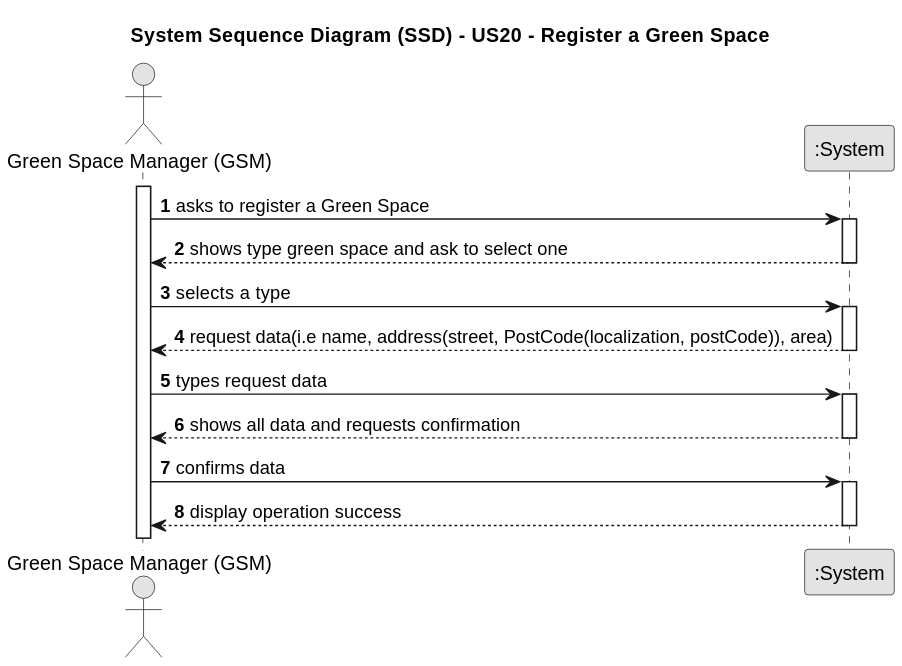
Earlier version of the PlantUML export docs/sprint3/us20/01.requirements-engineering/svg/us20-system-sequence-diagram.svg (Departamento-de-Engenharia-Informatica/lei-24-s2-1db-g022).
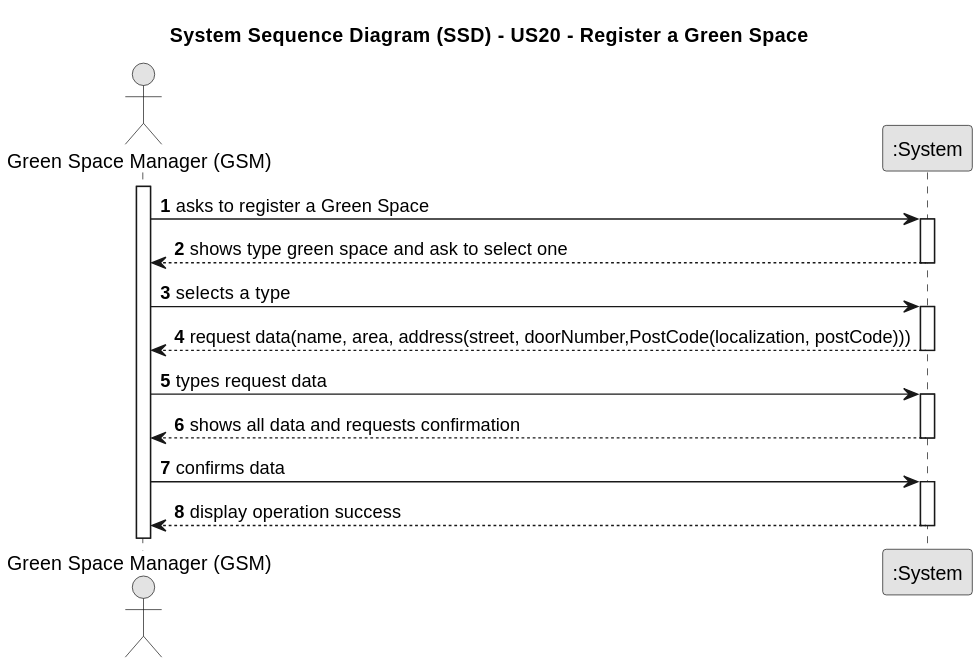
Above is the later version.

What changed in the source:
```diff
@@ -21,7 +21,7 @@
     GSM->System: selects a type
     activate System
 
-        System --> GSM : request data(i.e name, address(street, PostCode(localization, postCode)), area)
+        System --> GSM : request data(name, area, address(street, doorNumber,PostCode(localization, postCode)))
 
     deactivate System
 
```
